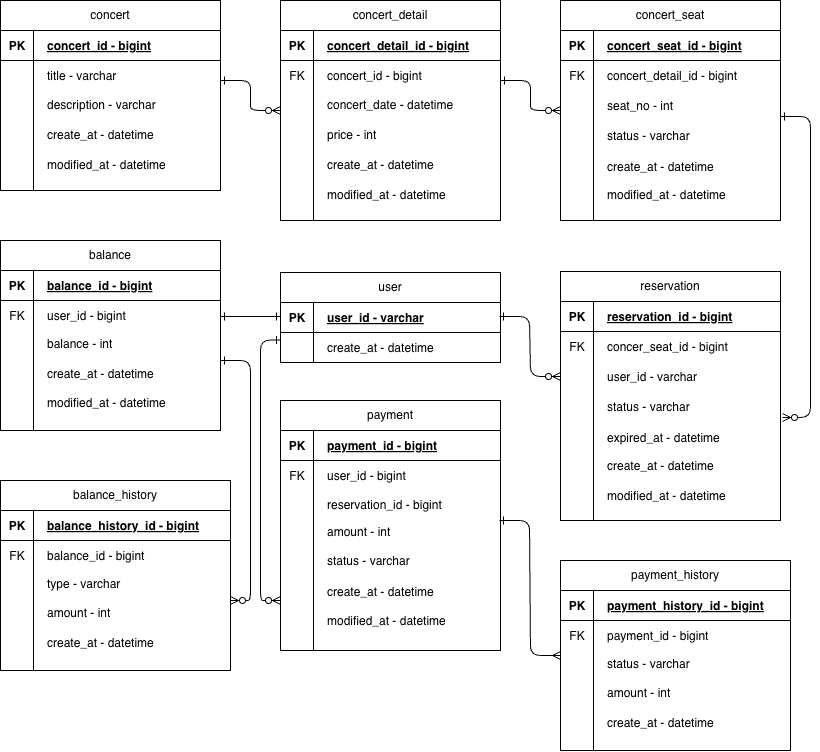
The draw.io diagram document/erd.drawio.png in kkyuny/concert-server, before a commit. Source tidied: cells renumbered, new cells last; positions are measured from the earlier drawing's top-left corner, leaving out a move shared by most shapes.
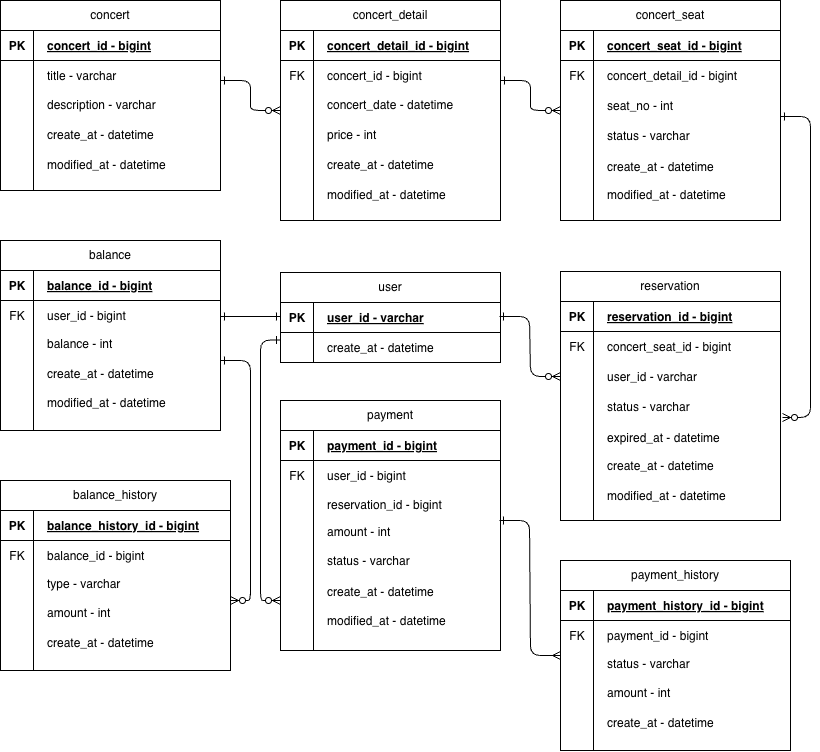
Later version of the same file.

Diff of the diagram source:
```diff
@@ -272,7 +272,7 @@
     <mxCell id="77" style="shape=partialRectangle;overflow=hidden;fillColor=none;top=0;left=0;bottom=0;right=0;" parent="1" vertex="1">
       <mxGeometry x="569" y="331" width="30" height="30" as="geometry" />
     </mxCell>
-    <mxCell id="78" value="concer_seat_id - bigint" style="shape=partialRectangle;overflow=hidden;fillColor=none;top=0;left=0;bottom=0;right=0;align=left;spacingLeft=6;" parent="1" vertex="1">
+    <mxCell id="78" value="concert_seat_id - bigint" style="shape=partialRectangle;overflow=hidden;fillColor=none;top=0;left=0;bottom=0;right=0;align=left;spacingLeft=6;" parent="1" vertex="1">
       <mxGeometry x="599" y="331" width="166" height="30" as="geometry" />
     </mxCell>
     <mxCell id="79" value="user_id - varchar" style="shape=partialRectangle;overflow=hidden;fillColor=none;top=0;left=0;bottom=0;right=0;align=left;spacingLeft=6;" parent="1" vertex="1">
```
